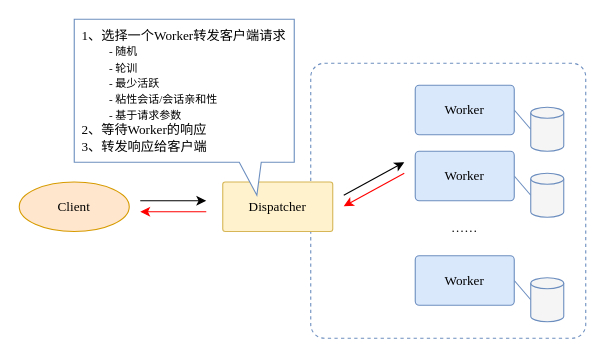
wangmu89/ReadingNotes keeps this draw.io diagram as page "LoadBalancer" (1 of 8) of _Resource/ScalableSystemDesignPatterns/ScalableSystemDesignPatterns.drawio. Above is the earlier version. Source tidied: cells renumbered, new cells numbered last; positions are measured from the earlier drawing's top-left corner, leaving out a move shared by most shapes. Both pictures are drawn from the tidied source at 110%, with x=0, y=0 at pixel (19, 19).
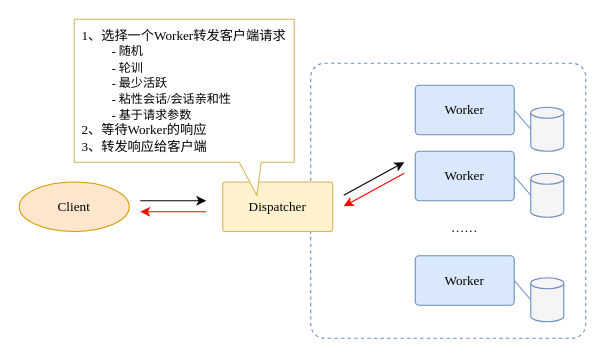
Above is the later version.

Change to the diagram source:
```diff
@@
-    <mxCell id="19" style="shape=callout;whiteSpace=wrap;html=1;perimeter=calloutPerimeter;shadow=0;fontFamily=Times New Roman;strokeColor=#6C8EBF;size=30;position=0.75;position2=0.83;" parent="1" vertex="1">
+    <mxCell id="19" style="shape=callout;whiteSpace=wrap;html=1;perimeter=calloutPerimeter;shadow=0;fontFamily=Times New Roman;strokeColor=#d6b656;size=30;position=0.75;position2=0.83;fillColor=default;" parent="1" vertex="1">
       <mxGeometry x="50" width="200" height="160" as="geometry" />
     </mxCell>
-    <mxCell id="20" value="1、选择一个Worker转发客户端请求&lt;br&gt;&lt;font style=&quot;font-size: 10px;&quot;&gt;&amp;nbsp; &amp;nbsp; &amp;nbsp; &amp;nbsp; &amp;nbsp; - 随机&lt;br&gt;&amp;nbsp; &amp;nbsp; &amp;nbsp; &amp;nbsp; &amp;nbsp;&amp;nbsp;- 轮训&lt;br&gt;&amp;nbsp; &amp;nbsp; &amp;nbsp; &amp;nbsp; &amp;nbsp;&amp;nbsp;- 最少活跃&lt;br&gt;&amp;nbsp; &amp;nbsp; &amp;nbsp; &amp;nbsp; &amp;nbsp;&amp;nbsp;- 粘性会话/会话亲和性&lt;br&gt;&amp;nbsp; &amp;nbsp; &amp;nbsp; &amp;nbsp; &amp;nbsp;&amp;nbsp;- 基于请求参数&lt;/font&gt;&lt;br&gt;2、等待Worker的响应&lt;br&gt;3、转发响应给客户端" style="text;html=1;strokeColor=none;fillColor=none;align=left;verticalAlign=middle;whiteSpace=wrap;rounded=0;shadow=0;fontFamily=Times New Roman;" parent="1" vertex="1">
+    <mxCell id="20" value="1、选择一个Worker转发客户端请求&lt;br&gt;&lt;font style=&quot;font-size: 11px;&quot;&gt;&amp;nbsp; &amp;nbsp; &amp;nbsp; &amp;nbsp; &amp;nbsp; - 随机&lt;br&gt;&amp;nbsp; &amp;nbsp; &amp;nbsp; &amp;nbsp; &amp;nbsp;&amp;nbsp;- 轮训&lt;br&gt;&amp;nbsp; &amp;nbsp; &amp;nbsp; &amp;nbsp; &amp;nbsp;&amp;nbsp;- 最少活跃&lt;br&gt;&amp;nbsp; &amp;nbsp; &amp;nbsp; &amp;nbsp; &amp;nbsp;&amp;nbsp;- 粘性会话/会话亲和性&lt;br&gt;&amp;nbsp; &amp;nbsp; &amp;nbsp; &amp;nbsp; &amp;nbsp;&amp;nbsp;- 基于请求参数&lt;/font&gt;&lt;br&gt;2、等待Worker的响应&lt;br&gt;3、转发响应给客户端" style="text;html=1;strokeColor=none;fillColor=none;align=left;verticalAlign=middle;whiteSpace=wrap;rounded=0;shadow=0;fontFamily=Times New Roman;" parent="1" vertex="1">
       <mxGeometry x="55" y="5" width="190" height="120" as="geometry" />
     </mxCell>
```
